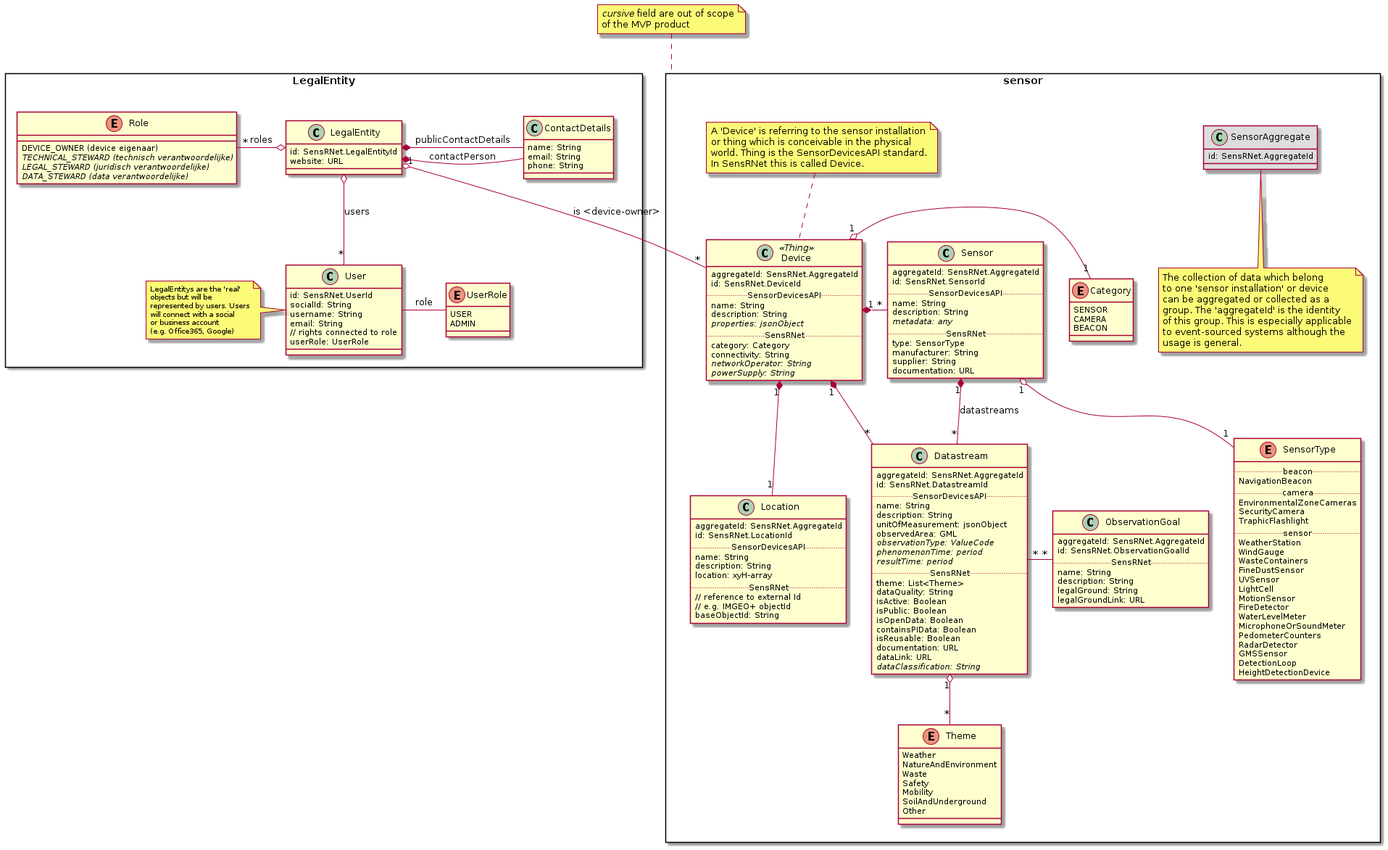
This is docs/img/SensRNet-Datamodel-SensorView.png from kadaster-labs/sensrnet-home, a PlantUML export, as it was before one commit.
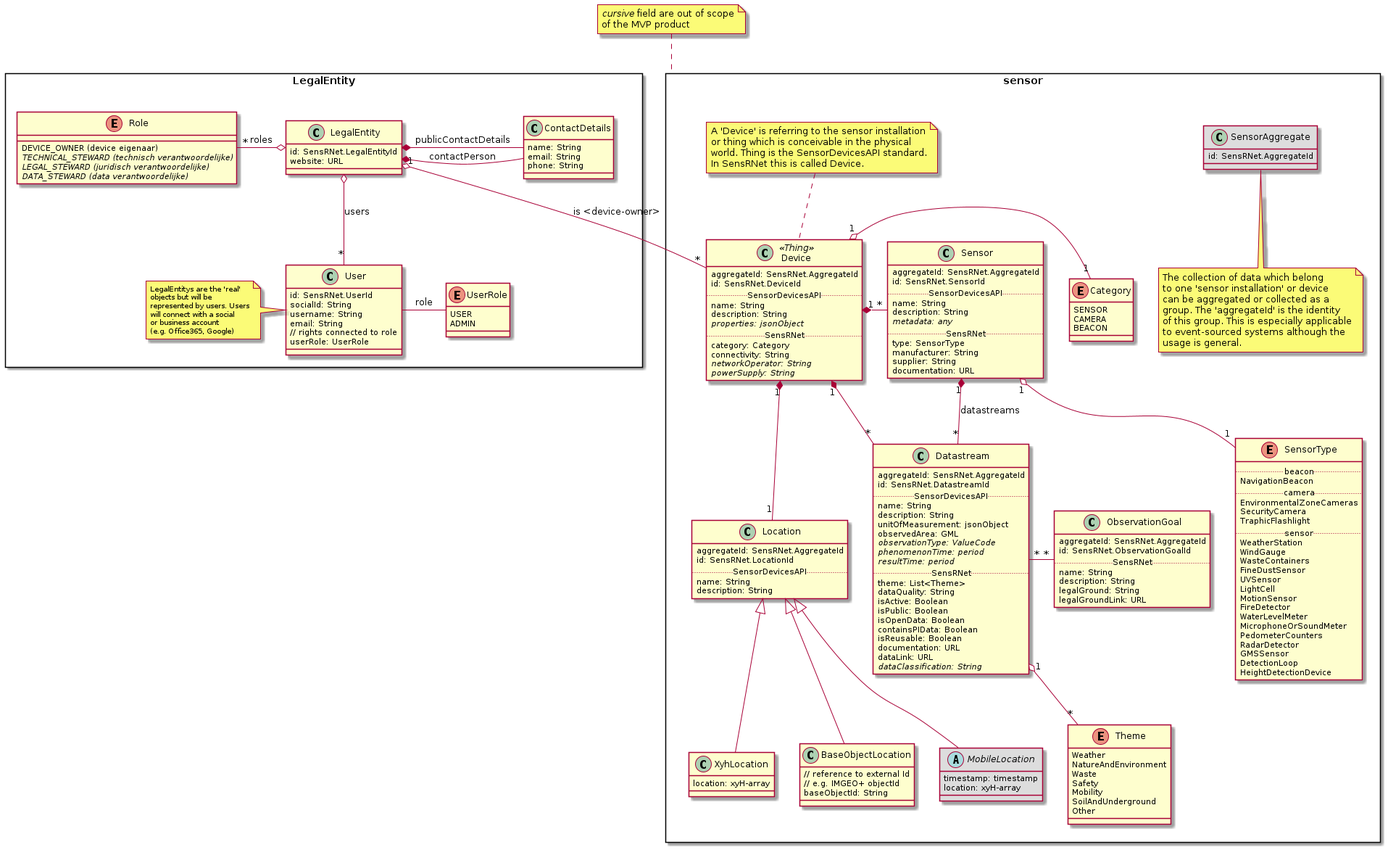
Later version of the same file.

Commit message:
location differentiation (incl mobile location for future usage)

The edit, as a diff of the source:
```diff
@@ -147,11 +147,21 @@
         .. SensorDevicesAPI ..
         name: String
         description: String
+    }
+
+    class XyhLocation extends Location {
         location: xyH-array
-        .. SensRNet ..
+    }
+
+    class BaseObjectLocation extends Location {
         // reference to external Id
         // e.g. IMGEO+ objectId
         baseObjectId: String
+    }
+
+    abstract class MobileLocation #DDD extends Location {
+        timestamp: timestamp
+        location: xyH-array
     }
 
     enum Category {
```
